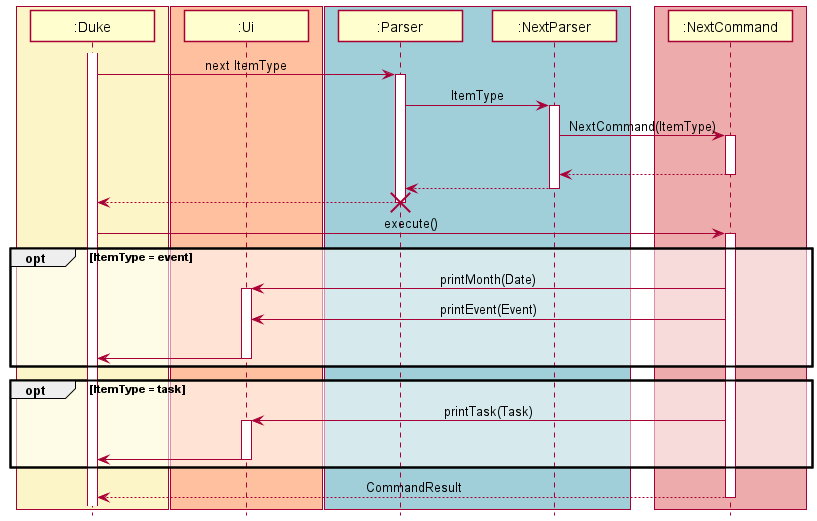
The PlantUML diagram docs/images/NextDiagram.png in nus-cs2113-AY2122S1/tp, before a commit.
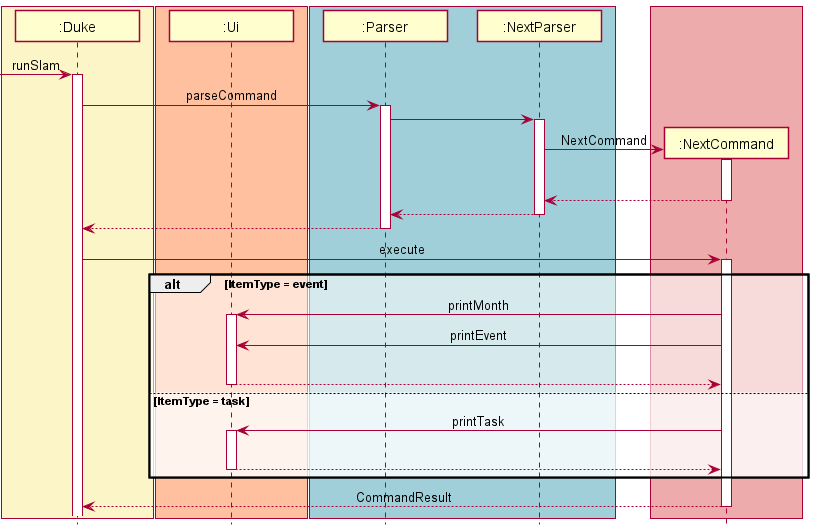
Later version of the same file.

What changed in the source:
```diff
@@ -11,42 +11,41 @@
 Participant ":Parser" as Parser
 Participant ":NextParser" as NextParser
 end box
-box LOGIC_COLOR
-Participant ":NextCommand" as NextCommand
-end box
 
 
+->Duke : runSlam
 activate Duke
-Duke -> Parser : next ItemType
+Duke -> Parser : parseCommand
 activate Parser
 
 
-Parser -> NextParser: ItemType
+Parser -> NextParser
 activate NextParser
-NextParser -> NextCommand : NextCommand(ItemType)
+box LOGIC_COLOR
+create ":NextCommand" as NextCommand
+end box
+NextParser -> NextCommand : NextCommand
+
 activate NextCommand
 |||
 return
 return
 return
-destroy Parser
 
-Duke -> NextCommand : execute()
+
+Duke -> NextCommand : execute
 activate NextCommand
-opt ItemType = event
-  NextCommand -> Ui: printMonth(Date)
+alt ItemType = event
+  NextCommand -> Ui: printMonth
   activate Ui
-  NextCommand -> Ui: printEvent(Event)
+  NextCommand -> Ui: printEvent
   |||
-  Ui -> Duke
-  deactivate Ui
-end
-opt ItemType = task
-  NextCommand -> Ui: printTask(Task)
+  return
+else ItemType = task
+  NextCommand -> Ui: printTask
   activate Ui
   |||
-  Ui -> Duke
-  deactivate Ui
+  return
 end
 
 
```
